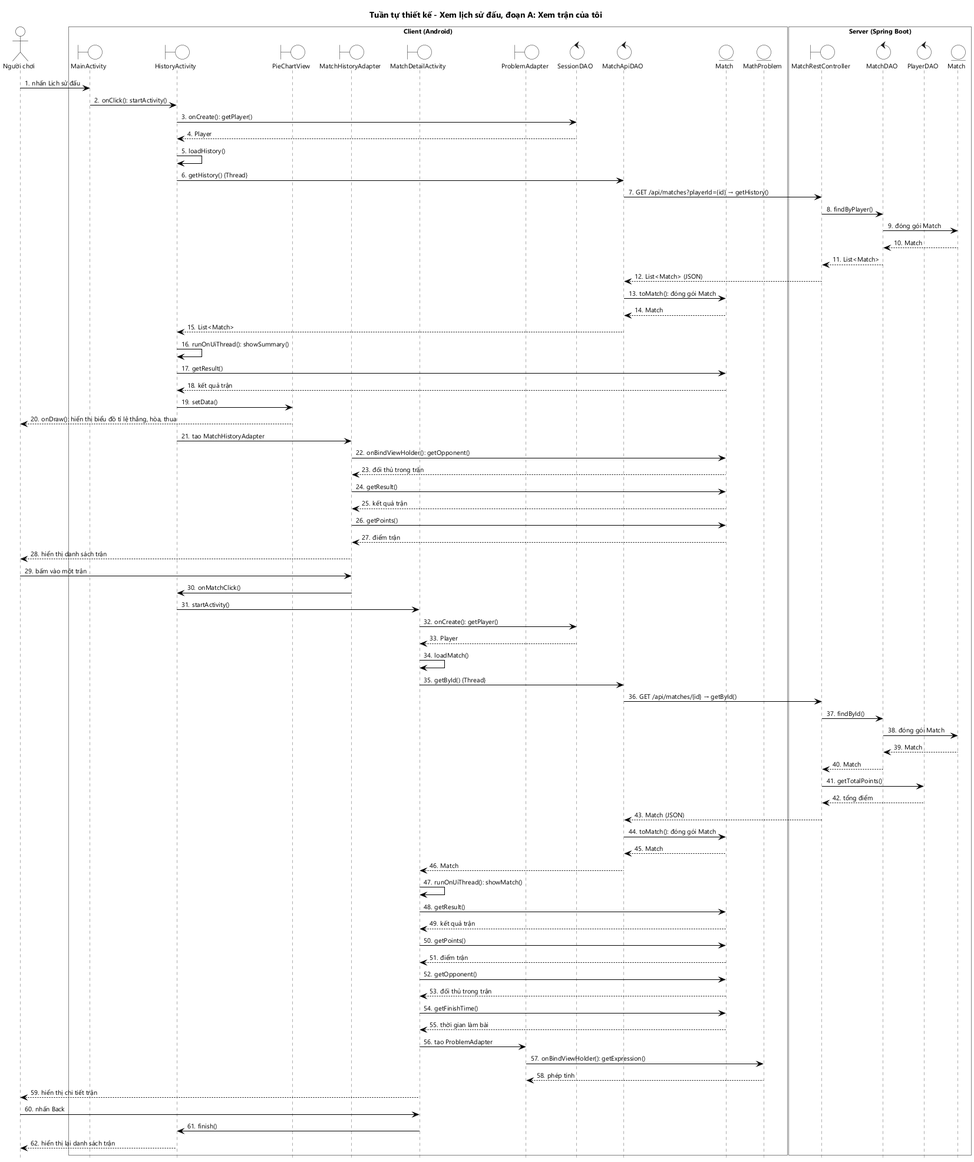
Above: docs/hung/tuan-tu-thiet-ke-uc04a.png in HungNguyenBa1811/math-dash (PlantUML), before the change. Its diagram source:
```plantuml
@startuml tuan-tu-thiet-ke-uc04a
!include _seq.iuml
title Tuần tự thiết kế - Xem lịch sử đấu, đoạn A: Xem trận của tôi

actor "Người chơi" as U
box "Client (Android)" #FFFFFF
boundary MainActivity as MA
boundary HistoryActivity as HA
boundary PieChartView as PC
boundary MatchHistoryAdapter as MHA
boundary MatchDetailActivity as MDA
boundary ProblemAdapter as PA
control SessionDAO as SD
control MatchApiDAO as MAD
entity Match as M
entity MathProblem as Q
end box
box "Server (Spring Boot)" #FFFFFF
boundary "MatchRestController" as MRC
control "MatchDAO" as MD
control "PlayerDAO" as PD
entity "Match" as SM
end box

U -> MA : nhấn Lịch sử đấu
MA -> HA : onClick(): startActivity()
HA -> SD : onCreate(): getPlayer()
SD --> HA : Player
HA -> HA : loadHistory()
HA -> MAD : getHistory() {Thread}
MAD -> MRC : GET /api/matches?playerId={id} → getHistory()
MRC -> MD : findByPlayer()
MD -> SM : đóng gói Match
SM --> MD : Match
MD --> MRC : List<Match>
MRC --> MAD : List<Match> (JSON)
MAD -> M : toMatch(): đóng gói Match
M --> MAD : Match
MAD --> HA : List<Match>
HA -> HA : runOnUiThread(): showSummary()
HA -> M : getResult()
M --> HA : kết quả trận
HA -> PC : setData()
PC --> U : onDraw(): hiển thị biểu đồ tỉ lệ thắng, hòa, thua
HA -> MHA : tạo MatchHistoryAdapter
MHA -> M : onBindViewHolder(): getOpponent()
M --> MHA : đối thủ trong trận
MHA -> M : getResult()
M --> MHA : kết quả trận
MHA -> M : getPoints()
M --> MHA : điểm trận
MHA --> U : hiển thị danh sách trận
U -> MHA : bấm vào một trận
MHA -> HA : onMatchClick()
HA -> MDA : startActivity()
MDA -> SD : onCreate(): getPlayer()
SD --> MDA : Player
MDA -> MDA : loadMatch()
MDA -> MAD : getById() {Thread}
MAD -> MRC : GET /api/matches/{id} → getById()
MRC -> MD : findById()
MD -> SM : đóng gói Match
SM --> MD : Match
MD --> MRC : Match
MRC -> PD : getTotalPoints()
PD --> MRC : tổng điểm
MRC --> MAD : Match (JSON)
MAD -> M : toMatch(): đóng gói Match
M --> MAD : Match
MAD --> MDA : Match
MDA -> MDA : runOnUiThread(): showMatch()
MDA -> M : getResult()
M --> MDA : kết quả trận
MDA -> M : getPoints()
M --> MDA : điểm trận
MDA -> M : getOpponent()
M --> MDA : đối thủ trong trận
MDA -> M : getFinishTime()
M --> MDA : thời gian làm bài
MDA -> PA : tạo ProblemAdapter
PA -> Q : onBindViewHolder(): getExpression()
Q --> PA : phép tính
MDA --> U : hiển thị chi tiết trận
U -> MDA : nhấn Back
MDA -> HA : finish()
HA --> U : hiển thị lại danh sách trận
@enduml
```
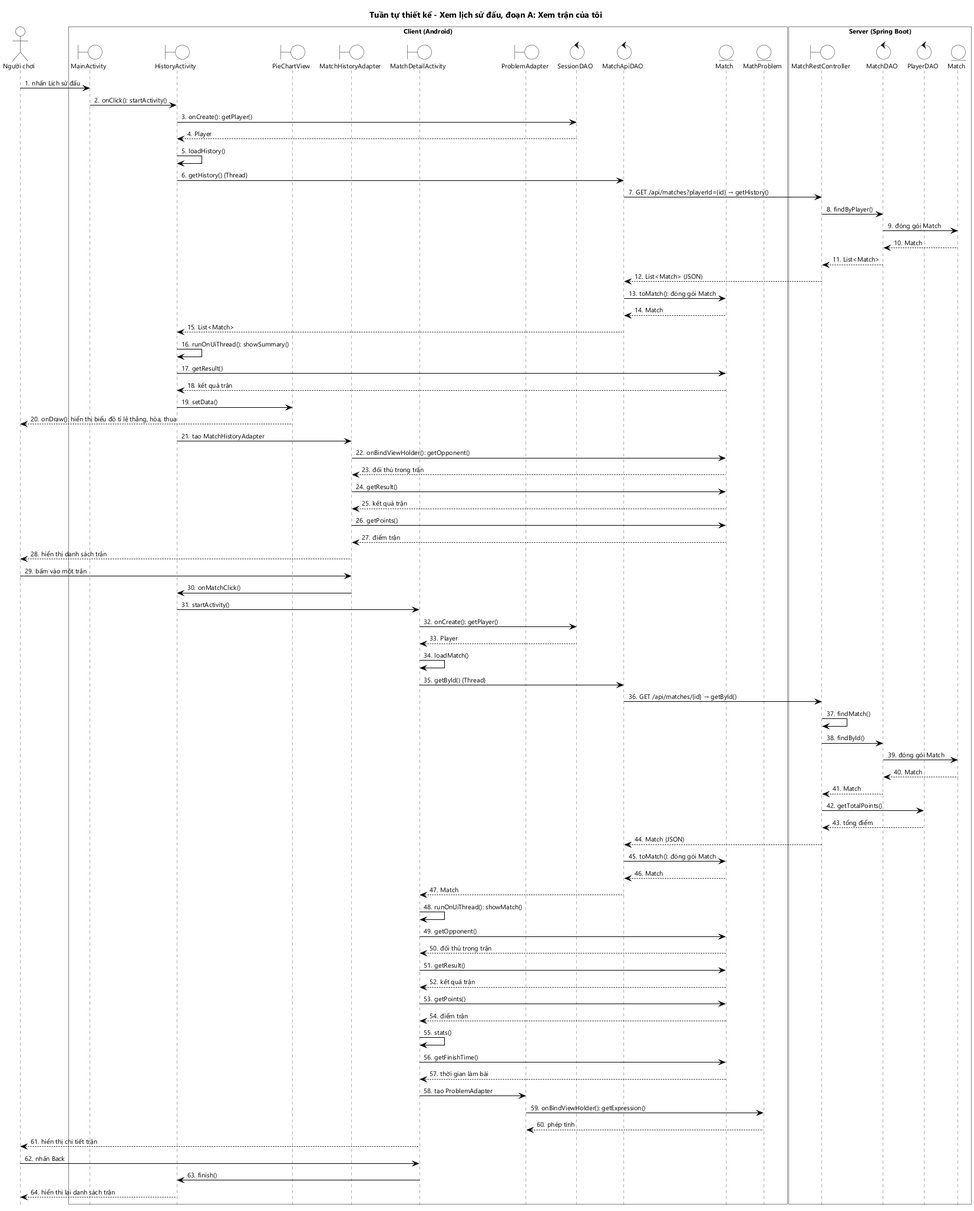
The same diagram one commit later.

The edit, as a diff of the source:
```diff
@@ -58,6 +58,7 @@
 MDA -> MDA : loadMatch()
 MDA -> MAD : getById() {Thread}
 MAD -> MRC : GET /api/matches/{id} → getById()
+MRC -> MRC : findMatch()
 MRC -> MD : findById()
 MD -> SM : đóng gói Match
 SM --> MD : Match
@@ -69,12 +70,13 @@
 M --> MAD : Match
 MAD --> MDA : Match
 MDA -> MDA : runOnUiThread(): showMatch()
+MDA -> M : getOpponent()
+M --> MDA : đối thủ trong trận
 MDA -> M : getResult()
 M --> MDA : kết quả trận
 MDA -> M : getPoints()
 M --> MDA : điểm trận
-MDA -> M : getOpponent()
-M --> MDA : đối thủ trong trận
+MDA -> MDA : stats()
 MDA -> M : getFinishTime()
 M --> MDA : thời gian làm bài
 MDA -> PA : tạo ProblemAdapter
```
